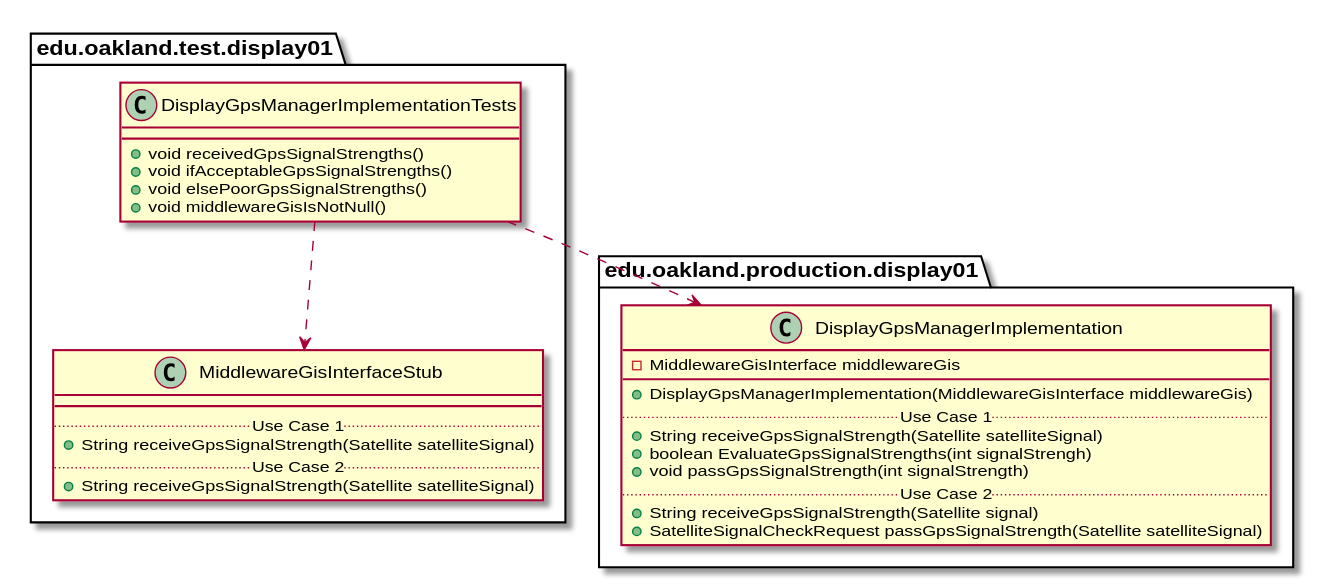
The PlantUML diagram docs/uml-class-diagrams/display01/test/DisplayGpsManagerImplementationTests/DisplayGpsManagerImplementationTests_DirectDependencies.svg in andrewdimmer/csi-3370-software-project, before a commit.
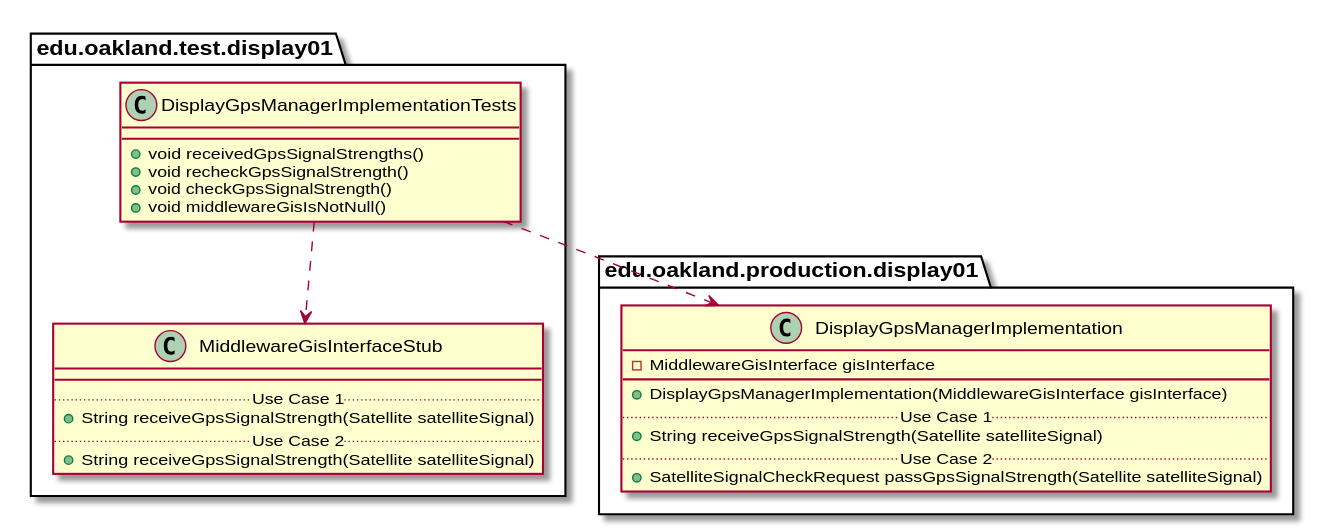
Later version of the same file.

What changed in the source:
```diff
@@ -4,8 +4,8 @@
 package edu.oakland.test.display01 {
     class DisplayGpsManagerImplementationTests {
         + void receivedGpsSignalStrengths()
-        + void ifAcceptableGpsSignalStrengths()
-        + void elsePoorGpsSignalStrengths()
+        + void recheckGpsSignalStrength()
+        + void checkGpsSignalStrength()
         + void middlewareGisIsNotNull()
     }
 }
@@ -27,15 +27,12 @@
 
 package edu.oakland.production.display01 {
   class DisplayGpsManagerImplementation {
-    - MiddlewareGisInterface middlewareGis
+    - MiddlewareGisInterface gisInterface
    __
-    + DisplayGpsManagerImplementation(MiddlewareGisInterface middlewareGis)
+    + DisplayGpsManagerImplementation(MiddlewareGisInterface gisInterface)
     .. Use Case 1 ..
     + String receiveGpsSignalStrength(Satellite satelliteSignal)
-    + boolean EvaluateGpsSignalStrengths(int signalStrengh)
-    + void passGpsSignalStrength(int signalStrength)
     .. Use Case 2 ..
-    + String receiveGpsSignalStrength(Satellite signal)
     + SatelliteSignalCheckRequest passGpsSignalStrength(Satellite satelliteSignal)
     }
 }
```
